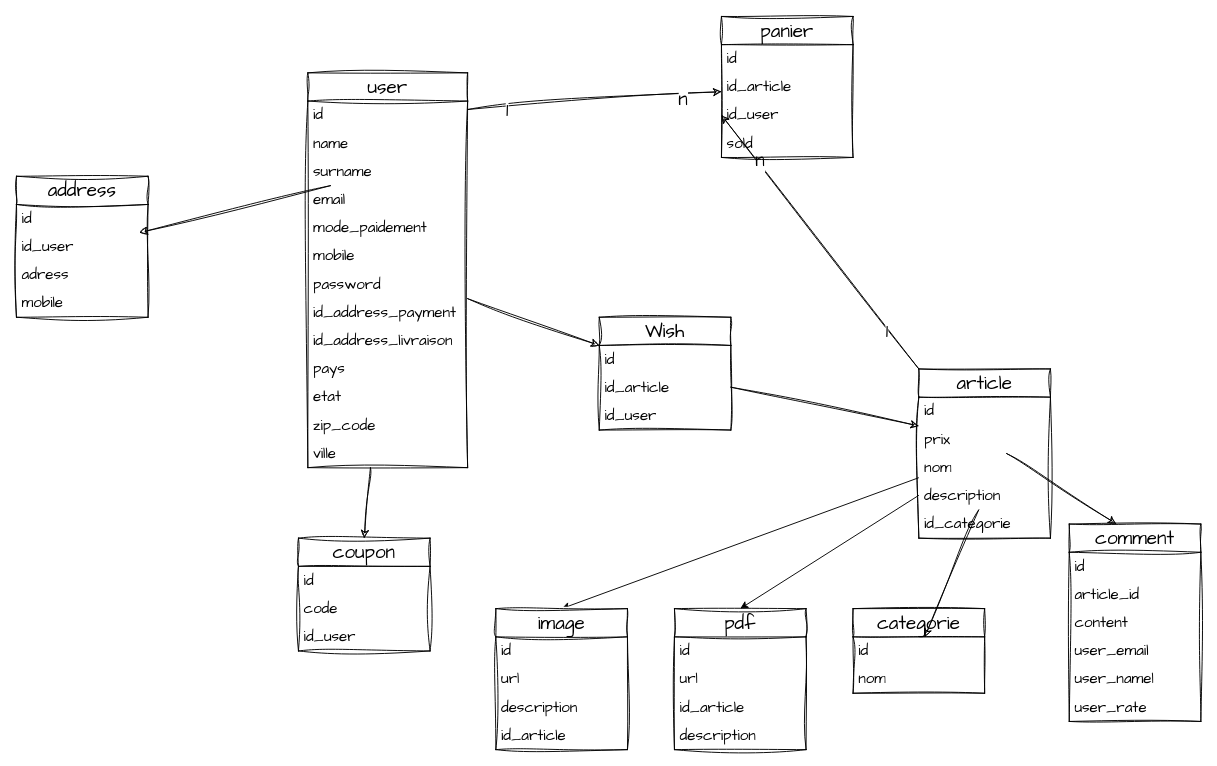
zoobo-jose/B-construction keeps this draw.io diagram as _process/_dataBase.drawio. Above is the earlier version. Source tidied: cells renumbered, new cells numbered last; positions are measured from the earlier drawing's top-left corner, leaving out a move shared by most shapes. Both pictures are drawn from the tidied source at 94%, with x=0, y=0 at pixel (16, 16).
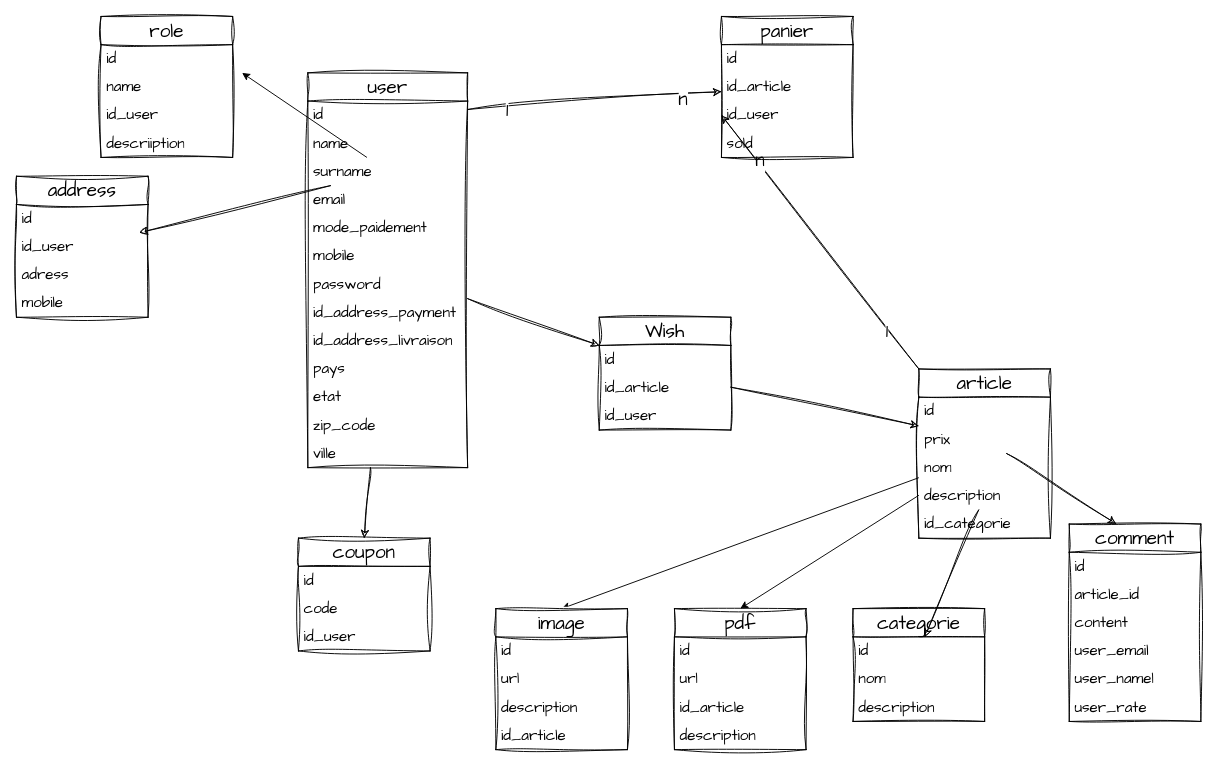
The same page after the edit.

Unchanged cells that the change refers to:
```xml
<mxCell id="7" value="surname" style="text;strokeColor=none;fillColor=none;align=left;verticalAlign=middle;spacingLeft=4;spacingRight=4;overflow=hidden;points=[[0,0.5],[1,0.5]];portConstraint=eastwest;whiteSpace=wrap;html=1;fontSize=16;sketch=1;hachureGap=4;jiggle=2;curveFitting=1;fontFamily=Architects Daughter;" parent="4" vertex="1">
  <mxGeometry y="90" width="170" height="30" as="geometry" />
</mxCell>
```

What changed in the source:
```diff
@@
     <mxCell id="41" value="categorie" style="swimlane;fontStyle=0;horizontal=1;startSize=30;whiteSpace=wrap;html=1;sketch=1;hachureGap=4;jiggle=2;curveFitting=1;fontFamily=Architects Daughter;fontSize=20;" parent="1" vertex="1">
-      <mxGeometry x="890" y="630" width="140" height="90" as="geometry" />
+      <mxGeometry x="890" y="630" width="140" height="120" as="geometry" />
     </mxCell>
@@
+    <mxCell id="74" value="description" style="text;strokeColor=none;fillColor=none;align=left;verticalAlign=middle;spacingLeft=4;spacingRight=4;overflow=hidden;whiteSpace=wrap;html=1;fontSize=16;sketch=1;hachureGap=4;jiggle=2;curveFitting=1;fontFamily=Architects Daughter;" parent="41" vertex="1">
+      <mxGeometry y="90" width="140" height="30" as="geometry" />
+    </mxCell>
@@
+    <mxCell id="75" value="role" style="swimlane;fontStyle=0;horizontal=1;startSize=30;whiteSpace=wrap;html=1;sketch=1;hachureGap=4;jiggle=2;curveFitting=1;fontFamily=Architects Daughter;fontSize=20;" parent="1" vertex="1">
+      <mxGeometry x="90" width="140" height="150" as="geometry" />
+    </mxCell>
+    <mxCell id="76" value="id" style="text;strokeColor=none;fillColor=none;align=left;verticalAlign=middle;spacingLeft=4;spacingRight=4;overflow=hidden;whiteSpace=wrap;html=1;fontSize=16;sketch=1;hachureGap=4;jiggle=2;curveFitting=1;fontFamily=Architects Daughter;" parent="75" vertex="1">
+      <mxGeometry y="30" width="140" height="30" as="geometry" />
+    </mxCell>
+    <mxCell id="77" value="name" style="text;strokeColor=none;fillColor=none;align=left;verticalAlign=middle;spacingLeft=4;spacingRight=4;overflow=hidden;whiteSpace=wrap;html=1;fontSize=16;sketch=1;hachureGap=4;jiggle=2;curveFitting=1;fontFamily=Architects Daughter;" parent="75" vertex="1">
+      <mxGeometry y="60" width="140" height="30" as="geometry" />
+    </mxCell>
+    <mxCell id="78" value="id_user" style="text;strokeColor=none;fillColor=none;align=left;verticalAlign=middle;spacingLeft=4;spacingRight=4;overflow=hidden;whiteSpace=wrap;html=1;fontSize=16;sketch=1;hachureGap=4;jiggle=2;curveFitting=1;fontFamily=Architects Daughter;" parent="75" vertex="1">
+      <mxGeometry y="90" width="140" height="30" as="geometry" />
+    </mxCell>
+    <mxCell id="79" value="descriiption" style="text;strokeColor=none;fillColor=none;align=left;verticalAlign=middle;spacingLeft=4;spacingRight=4;overflow=hidden;whiteSpace=wrap;html=1;fontSize=16;sketch=1;hachureGap=4;jiggle=2;curveFitting=1;fontFamily=Architects Daughter;" parent="75" vertex="1">
+      <mxGeometry y="120" width="140" height="30" as="geometry" />
+    </mxCell>
+    <mxCell id="80" style="edgeStyle=none;html=1;" parent="1" edge="1" source="7">
+      <mxGeometry relative="1" as="geometry">
+        <mxPoint x="240" y="60" as="targetPoint" />
+      </mxGeometry>
+    </mxCell>
```
